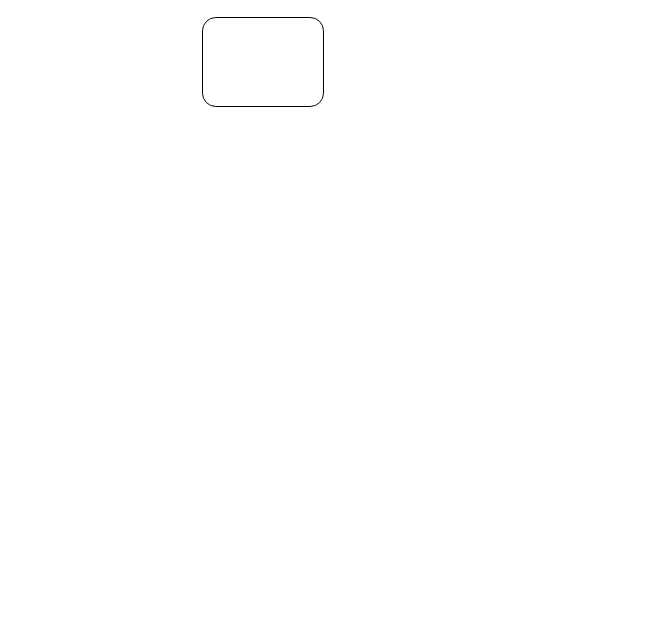
Before: テスト.drawio in bonsaman/bonsaman, a draw.io diagram. Source tidied: cells renumbered, new cells numbered last; positions are measured from the earlier drawing's top-left corner, leaving out a move shared by most shapes. Both pictures are drawn from the tidied source at 100%, with x=0, y=0 at pixel (202, 17).
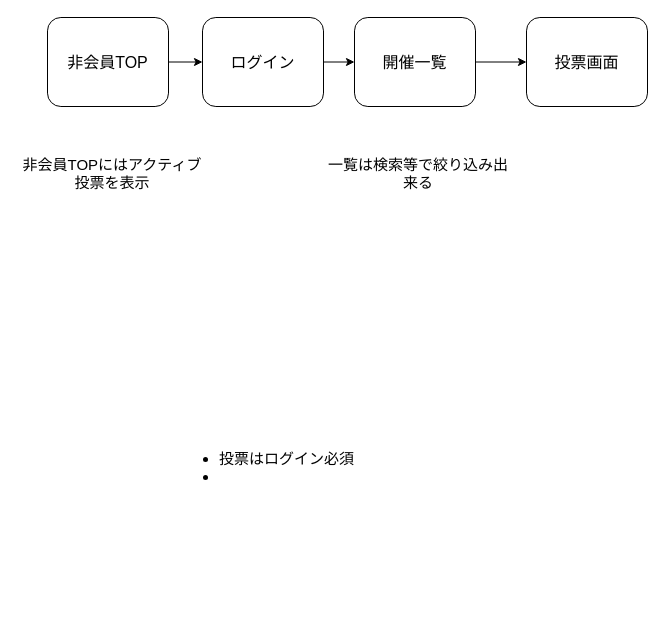
The same page after the edit.

Commit message (it also covers changes not shown here):
テスト.drawio を更新します

Diff of the diagram source:
```diff
@@
 <mxGraphModel>
   <root>
     <mxCell id="0" />
     <mxCell id="1" parent="0" />
-    <mxCell id="2" style="rounded=1;whiteSpace=wrap;html=1;fontSize=16;" parent="1" vertex="1">
+    <mxCell id="2" value="ログイン" style="rounded=1;whiteSpace=wrap;html=1;fontSize=16;" parent="1" vertex="1">
       <mxGeometry width="121" height="89" as="geometry" />
     </mxCell>
+    <mxCell id="3" value="開催一覧" style="rounded=1;whiteSpace=wrap;html=1;fontSize=16;" parent="1" vertex="1">
+      <mxGeometry x="152" width="121" height="89" as="geometry" />
+    </mxCell>
+    <mxCell id="4" value="投票画面" style="rounded=1;whiteSpace=wrap;html=1;fontSize=16;" parent="1" vertex="1">
+      <mxGeometry x="324" width="121" height="89" as="geometry" />
+    </mxCell>
+    <mxCell id="5" style="endArrow=classic;html=1;rounded=0;entryX=0;entryY=0.5;entryDx=0;entryDy=0;exitX=1;exitY=0.5;exitDx=0;exitDy=0;" parent="1" edge="1" source="2" target="3">
+      <mxGeometry relative="1" as="geometry" />
+    </mxCell>
+    <mxCell id="6" style="endArrow=classic;html=1;rounded=0;entryX=0;entryY=0.5;entryDx=0;entryDy=0;exitX=1;exitY=0.5;exitDx=0;exitDy=0;" parent="1" edge="1" source="3" target="4">
+      <mxGeometry relative="1" as="geometry" />
+    </mxCell>
+    <mxCell id="7" value="非会員TOP" style="rounded=1;whiteSpace=wrap;html=1;fontSize=16;" parent="1" vertex="1">
+      <mxGeometry x="-155" width="121" height="89" as="geometry" />
+    </mxCell>
+    <mxCell id="8" style="endArrow=classic;html=1;rounded=0;entryX=0;entryY=0.5;entryDx=0;entryDy=0;exitX=1;exitY=0.5;exitDx=0;exitDy=0;" parent="1" edge="1" source="7" target="2">
+      <mxGeometry relative="1" as="geometry" />
+    </mxCell>
+    <mxCell id="9" value="非会員TOPにはアクティブ投票を表示" style="text;html=1;strokeColor=none;fillColor=none;align=center;verticalAlign=middle;whiteSpace=wrap;rounded=0;fontSize=15;" parent="1" vertex="1">
+      <mxGeometry x="-185" y="121" width="190" height="70" as="geometry" />
+    </mxCell>
+    <mxCell id="10" value="一覧は検索等で絞り込み出来る" style="text;html=1;strokeColor=none;fillColor=none;align=center;verticalAlign=middle;whiteSpace=wrap;rounded=0;fontSize=15;" parent="1" vertex="1">
+      <mxGeometry x="121" y="121" width="190" height="70" as="geometry" />
+    </mxCell>
+    <mxCell id="11" value="&lt;ul&gt;&lt;li&gt;投票はログイン必須&lt;br&gt;&lt;/li&gt;&lt;li&gt;&lt;br&gt;&lt;/li&gt;&lt;/ul&gt;" style="text;html=1;strokeColor=none;fillColor=none;align=left;verticalAlign=top;whiteSpace=wrap;rounded=0;fontSize=15;" parent="1" vertex="1">
+      <mxGeometry x="-25" y="411" width="370" height="190" as="geometry" />
+    </mxCell>
   </root>
 </mxGraphModel>
```
